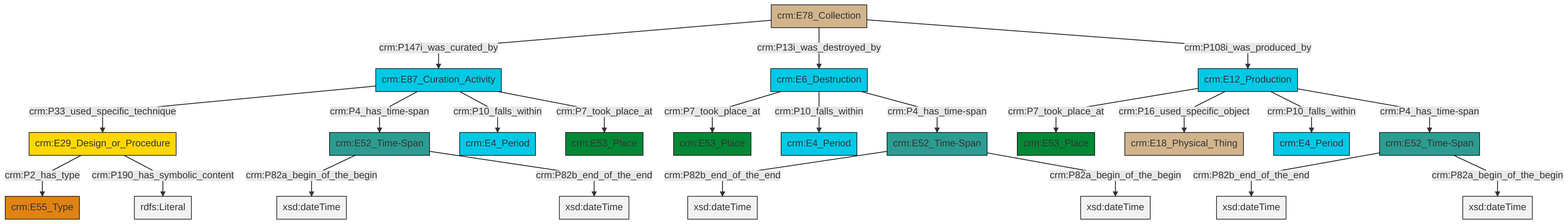
Earlier version of the Mermaid export et/archivalCSV/ttl/mmd/png/archival_existence.png (swiss-art-research-net/docs.swissartresearch). Its source is kept beside it as et/archivalCSV/ttl/mmd/archival_existence.ttl.mmd.
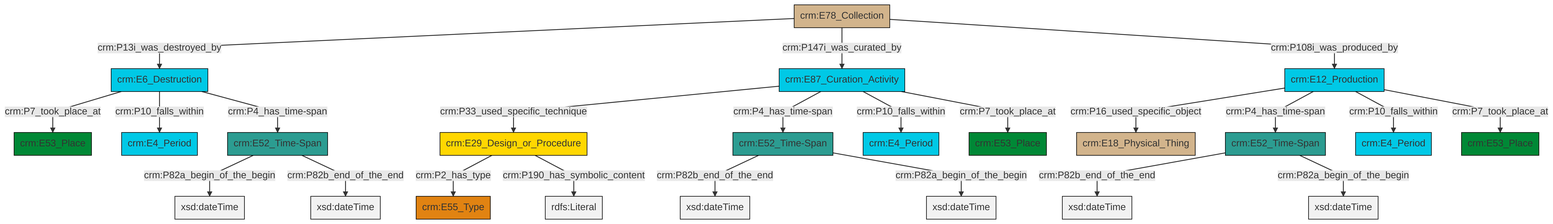
After the commit.

Change to the diagram source:
```diff
@@ -13,25 +13,25 @@
 classDef PC_Classes fill:#4ce600, stroke:#000000;
 classDef Multi fill:#cccccc,stroke:#000000;
 
-0["crm:E52_Time-Span"]:::Time-Span -->|crm:P82b_end_of_the_end| 1[xsd:dateTime]:::Literal
-4["crm:E6_Destruction"]:::Temporal_Entity -->|crm:P7_took_place_at| 5["crm:E53_Place"]:::Place
-10["crm:E78_Collection"]:::Physical_Thing -->|crm:P147i_was_curated_by| 11["crm:E87_Curation_Activity"]:::Temporal_Entity
-10["crm:E78_Collection"]:::Physical_Thing -->|crm:P13i_was_destroyed_by| 4["crm:E6_Destruction"]:::Temporal_Entity
-6["crm:E29_Design_or_Procedure"]:::Conceptual_Object -->|crm:P2_has_type| 14["crm:E55_Type"]:::Type
-15["crm:E52_Time-Span"]:::Time-Span -->|crm:P82b_end_of_the_end| 16[xsd:dateTime]:::Literal
-17["crm:E12_Production"]:::Temporal_Entity -->|crm:P7_took_place_at| 18["crm:E53_Place"]:::Place
-17["crm:E12_Production"]:::Temporal_Entity -->|crm:P16_used_specific_object| 8["crm:E18_Physical_Thing"]:::Physical_Thing
-15["crm:E52_Time-Span"]:::Time-Span -->|crm:P82a_begin_of_the_begin| 22[xsd:dateTime]:::Literal
-6["crm:E29_Design_or_Procedure"]:::Conceptual_Object -->|crm:P190_has_symbolic_content| 23[rdfs:Literal]:::Literal
-11["crm:E87_Curation_Activity"]:::Temporal_Entity -->|crm:P33_used_specific_technique| 6["crm:E29_Design_or_Procedure"]:::Conceptual_Object
-27["crm:E52_Time-Span"]:::Time-Span -->|crm:P82a_begin_of_the_begin| 28[xsd:dateTime]:::Literal
-27["crm:E52_Time-Span"]:::Time-Span -->|crm:P82b_end_of_the_end| 29[xsd:dateTime]:::Literal
-10["crm:E78_Collection"]:::Physical_Thing -->|crm:P108i_was_produced_by| 17["crm:E12_Production"]:::Temporal_Entity
-11["crm:E87_Curation_Activity"]:::Temporal_Entity -->|crm:P4_has_time-span| 27["crm:E52_Time-Span"]:::Time-Span
-17["crm:E12_Production"]:::Temporal_Entity -->|crm:P10_falls_within| 2["crm:E4_Period"]:::Temporal_Entity
-11["crm:E87_Curation_Activity"]:::Temporal_Entity -->|crm:P10_falls_within| 32["crm:E4_Period"]:::Temporal_Entity
-11["crm:E87_Curation_Activity"]:::Temporal_Entity -->|crm:P7_took_place_at| 20["crm:E53_Place"]:::Place
-17["crm:E12_Production"]:::Temporal_Entity -->|crm:P4_has_time-span| 15["crm:E52_Time-Span"]:::Time-Span
-4["crm:E6_Destruction"]:::Temporal_Entity -->|crm:P10_falls_within| 30["crm:E4_Period"]:::Temporal_Entity
-4["crm:E6_Destruction"]:::Temporal_Entity -->|crm:P4_has_time-span| 0["crm:E52_Time-Span"]:::Time-Span
-0["crm:E52_Time-Span"]:::Time-Span -->|crm:P82a_begin_of_the_begin| 38[xsd:dateTime]:::Literal
+2["crm:E52_Time-Span"]:::Time-Span -->|crm:P82b_end_of_the_end| 3[xsd:dateTime]:::Literal
+6["crm:E12_Production"]:::Temporal_Entity -->|crm:P16_used_specific_object| 7["crm:E18_Physical_Thing"]:::Physical_Thing
+8["crm:E87_Curation_Activity"]:::Temporal_Entity -->|crm:P33_used_specific_technique| 9["crm:E29_Design_or_Procedure"]:::Conceptual_Object
+11["crm:E6_Destruction"]:::Temporal_Entity -->|crm:P7_took_place_at| 0["crm:E53_Place"]:::Place
+4["crm:E78_Collection"]:::Physical_Thing -->|crm:P13i_was_destroyed_by| 11["crm:E6_Destruction"]:::Temporal_Entity
+11["crm:E6_Destruction"]:::Temporal_Entity -->|crm:P10_falls_within| 18["crm:E4_Period"]:::Temporal_Entity
+4["crm:E78_Collection"]:::Physical_Thing -->|crm:P147i_was_curated_by| 8["crm:E87_Curation_Activity"]:::Temporal_Entity
+8["crm:E87_Curation_Activity"]:::Temporal_Entity -->|crm:P4_has_time-span| 12["crm:E52_Time-Span"]:::Time-Span
+12["crm:E52_Time-Span"]:::Time-Span -->|crm:P82b_end_of_the_end| 19[xsd:dateTime]:::Literal
+9["crm:E29_Design_or_Procedure"]:::Conceptual_Object -->|crm:P2_has_type| 14["crm:E55_Type"]:::Type
+20["crm:E52_Time-Span"]:::Time-Span -->|crm:P82a_begin_of_the_begin| 21[xsd:dateTime]:::Literal
+6["crm:E12_Production"]:::Temporal_Entity -->|crm:P4_has_time-span| 2["crm:E52_Time-Span"]:::Time-Span
+6["crm:E12_Production"]:::Temporal_Entity -->|crm:P10_falls_within| 16["crm:E4_Period"]:::Temporal_Entity
+9["crm:E29_Design_or_Procedure"]:::Conceptual_Object -->|crm:P190_has_symbolic_content| 23[rdfs:Literal]:::Literal
+2["crm:E52_Time-Span"]:::Time-Span -->|crm:P82a_begin_of_the_begin| 28[xsd:dateTime]:::Literal
+8["crm:E87_Curation_Activity"]:::Temporal_Entity -->|crm:P10_falls_within| 29["crm:E4_Period"]:::Temporal_Entity
+20["crm:E52_Time-Span"]:::Time-Span -->|crm:P82b_end_of_the_end| 30[xsd:dateTime]:::Literal
+4["crm:E78_Collection"]:::Physical_Thing -->|crm:P108i_was_produced_by| 6["crm:E12_Production"]:::Temporal_Entity
+8["crm:E87_Curation_Activity"]:::Temporal_Entity -->|crm:P7_took_place_at| 33["crm:E53_Place"]:::Place
+11["crm:E6_Destruction"]:::Temporal_Entity -->|crm:P4_has_time-span| 20["crm:E52_Time-Span"]:::Time-Span
+6["crm:E12_Production"]:::Temporal_Entity -->|crm:P7_took_place_at| 25["crm:E53_Place"]:::Place
+12["crm:E52_Time-Span"]:::Time-Span -->|crm:P82a_begin_of_the_begin| 37[xsd:dateTime]:::Literal
```
